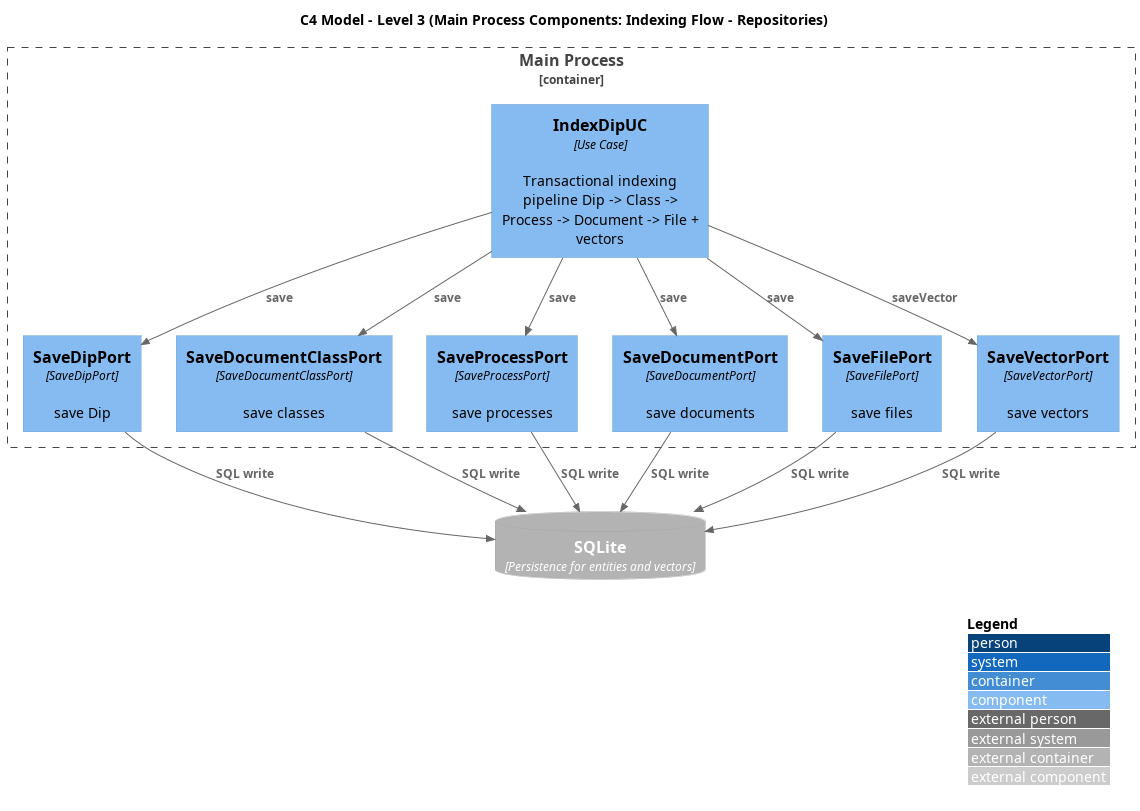
The PlantUML diagram out/3_PB/DocumentiEsterni/DiagrammiSpecificaTecnica/generated_/architecture/c1-c3/C3-main-indexing-flow-repos/C3_Main_Indexing_Flow_Repos.png in 7-ZPUs/Docs, before a commit.
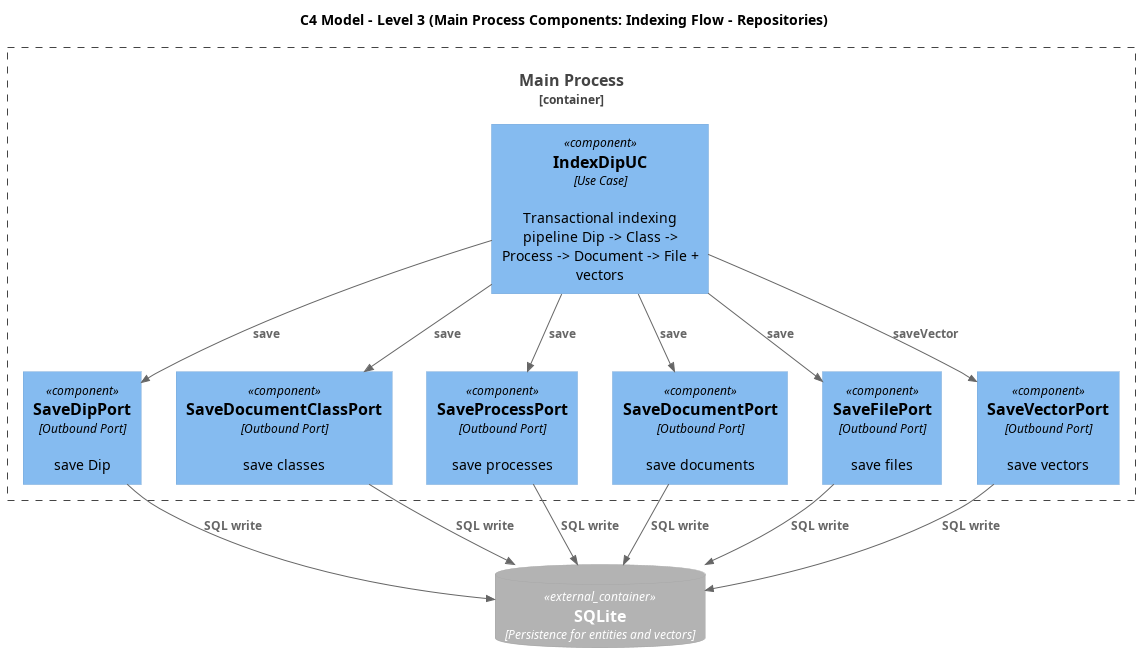
After the commit.

Change to the diagram source:
```diff
@@ -3,17 +3,17 @@
 
 title C4 Model - Level 3 (Main Process Components: Indexing Flow - Repositories)
 
-LAYOUT_WITH_LEGEND()
+skinparam linetype straight
 
 Container_Boundary(main_container, "Main Process") {
   Component(index_dip, "IndexDipUC", "Use Case", "Transactional indexing pipeline Dip -> Class -> Process -> Document -> File + vectors")
 
-  Component(dip_repo, "SaveDipPort", "SaveDipPort", "save Dip")
-  Component(class_repo, "SaveDocumentClassPort", "SaveDocumentClassPort", "save classes")
-  Component(process_repo, "SaveProcessPort", "SaveProcessPort", "save processes")
-  Component(doc_repo, "SaveDocumentPort", "SaveDocumentPort", "save documents")
-  Component(file_repo, "SaveFilePort", "SaveFilePort", "save files")
-  Component(vector_repo, "SaveVectorPort", "SaveVectorPort", "save vectors")
+  Component(dip_repo, "SaveDipPort", "Outbound Port", "save Dip")
+  Component(class_repo, "SaveDocumentClassPort", "Outbound Port", "save classes")
+  Component(process_repo, "SaveProcessPort", "Outbound Port", "save processes")
+  Component(doc_repo, "SaveDocumentPort", "Outbound Port", "save documents")
+  Component(file_repo, "SaveFilePort", "Outbound Port", "save files")
+  Component(vector_repo, "SaveVectorPort", "Outbound Port", "save vectors")
 }
 
 ContainerDb_Ext(sqlite, "SQLite", "Persistence for entities and vectors")
```
